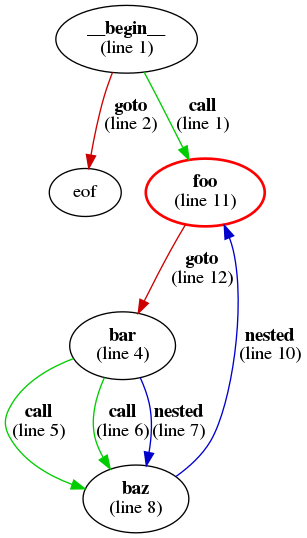
This is examples/example1.png from microsoft/cmd-call-graph, a Graphviz export, as it was before one commit. Its source is kept beside it as examples/example1.dot.
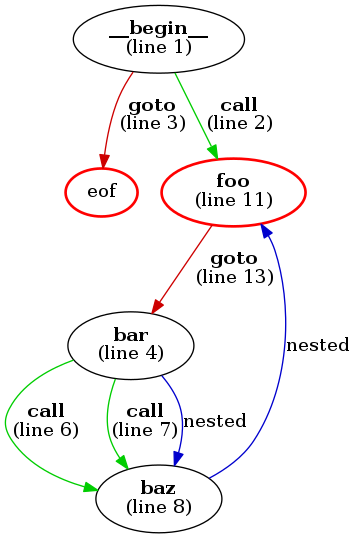
The same diagram one commit later.

What changed in the source:
```diff
@@ -1,13 +1,14 @@
 digraph g {
-__begin__ [label=<<b>__begin__</b><br />(line 1)>]
-__begin__ -> eof [label=<<b>goto</b><br />(line 2)>,color=red3]
-__begin__ -> foo [label=<<b>call</b><br />(line 1)>,color=green3]
-bar [label=<<b>bar</b><br />(line 4)>]
-bar -> baz [label=<<b>call</b><br />(line 5)>,color=green3]
-bar -> baz [label=<<b>call</b><br />(line 6)>,color=green3]
-bar -> baz [label=<<b>nested</b><br />(line 7)>,color=blue3]
-baz [label=<<b>baz</b><br />(line 8)>]
-baz -> foo [label=<<b>nested</b><br />(line 10)>,color=blue3]
-foo [label=<<b>foo</b><br />(line 11)>,color=red,penwidth=2]
-foo -> bar [label=<<b>goto</b><br />(line 12)>,color=red3]
+"__begin__" [label=<<b>__begin__</b><br />(line 1)>]
+"__begin__" -> "eof" [label=<<b>goto</b><br />(line 3)>,color=red3]
+"__begin__" -> "foo" [label=<<b>call</b><br />(line 2)>,color=green3]
+"bar" [label=<<b>bar</b><br />(line 4)>]
+"bar" -> "baz" [label=<<b>call</b><br />(line 6)>,color=green3]
+"bar" -> "baz" [label=<<b>call</b><br />(line 7)>,color=green3]
+"bar" -> "baz" [label=nested,color=blue3]
+"baz" [label=<<b>baz</b><br />(line 8)>]
+"baz" -> "foo" [label=nested,color=blue3]
+"eof" [color=red,penwidth=2]
+"foo" [label=<<b>foo</b><br />(line 11)>,color=red,penwidth=2]
+"foo" -> "bar" [label=<<b>goto</b><br />(line 13)>,color=red3]
 }
```
